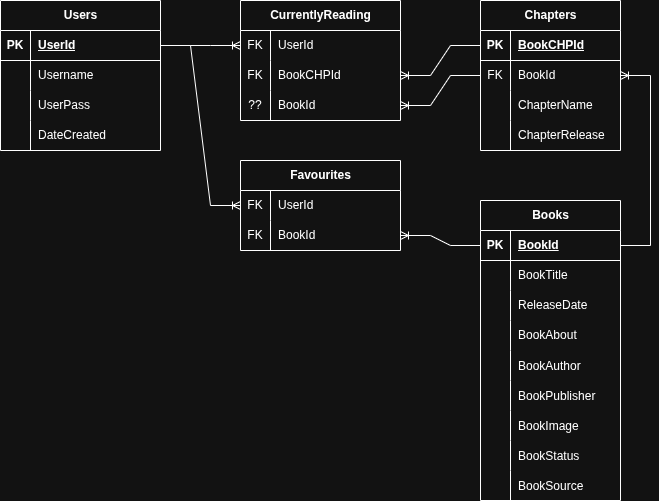
The draw.io diagram SlimeBalls/DBDesignAssets/DatabaseDiagram.png in Fabi985/Second-year-uni-proj, before a commit. Source tidied: cells renumbered, new cells last; positions are measured from the earlier drawing's top-left corner, leaving out a move shared by most shapes.
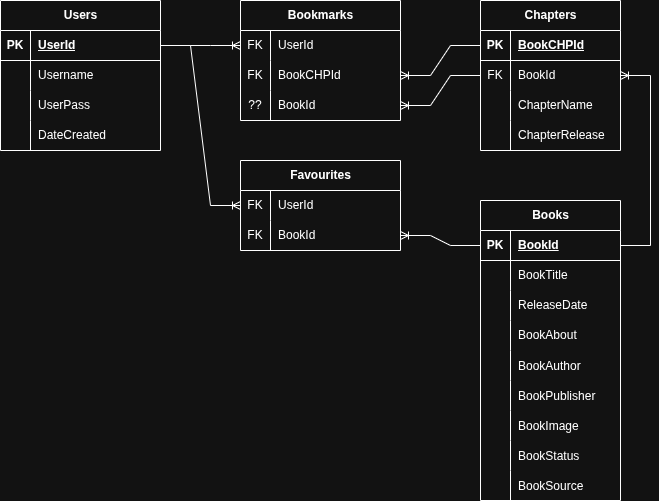
After the change.

What changed in the source:
```diff
@@ -164,7 +164,7 @@
     <mxCell id="55" value="ChapterRelease" style="shape=partialRectangle;fillColor=none;top=0;left=0;bottom=0;right=0;align=left;spacingLeft=6;overflow=hidden;whiteSpace=wrap;html=1;" parent="53" vertex="1">
       <mxGeometry x="30" width="110" height="30" as="geometry" />
     </mxCell>
-    <mxCell id="56" value="CurrentlyReading" style="shape=table;startSize=30;rowLines=0;fontStyle=1;align=center;html=1;" parent="1" vertex="1">
+    <mxCell id="56" value="Bookmarks" style="shape=table;startSize=30;rowLines=0;fontStyle=1;align=center;html=1;" parent="1" vertex="1">
       <mxGeometry x="240" width="160" height="120" as="geometry" />
     </mxCell>
     <mxCell id="57" style="shape=tableRow;horizontal=0;startSize=0;swimlaneHead=0;swimlaneBody=0;fillColor=none;points=[[0,0.5],[1,0.5]];portConstraint=eastwest;top=0;left=0;right=0;bottom=0;" parent="56" vertex="1">
```
